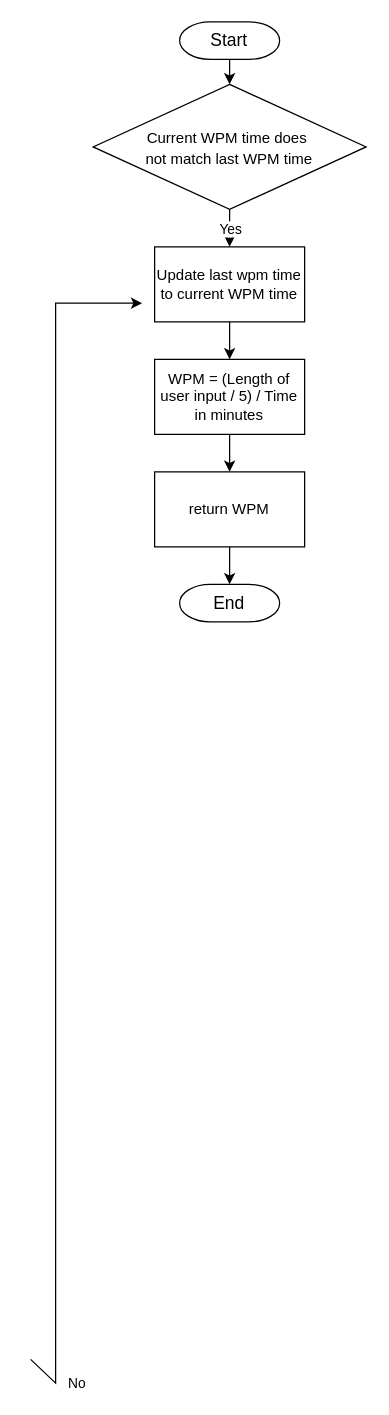
Earlier version of the draw.io diagram diagrams/algorithms/wpmCalculateAlgo.drawio (Bxnetic/wahtype). Source tidied: cells renumbered, new cells numbered last; positions are measured from the earlier drawing's top-left corner, leaving out a move shared by most shapes. Both pictures are drawn from the tidied source at 125%, with x=0, y=0 at pixel (30, 21).
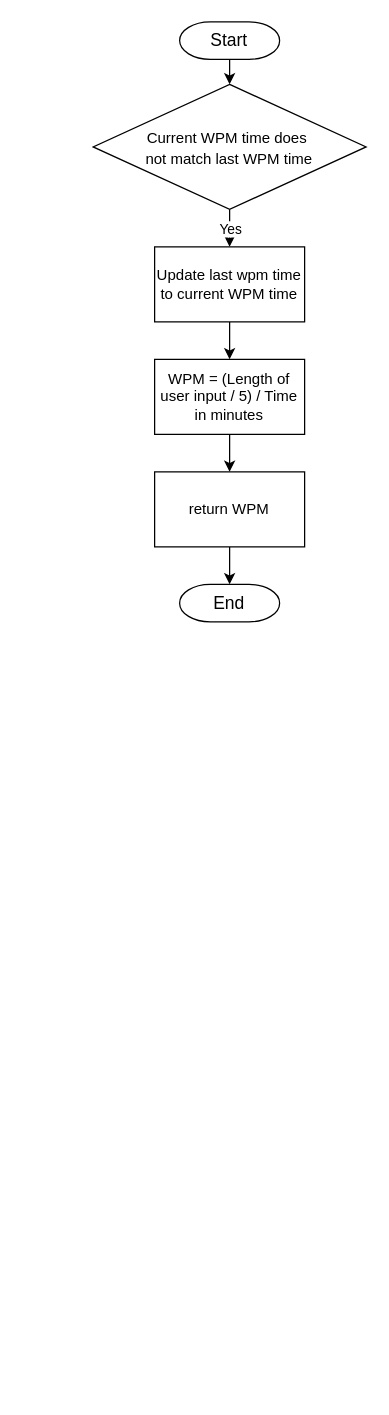
The same page after the edit.

Change to the diagram source:
```diff
@@
 <mxGraphModel>
   <root>
     <mxCell id="0" />
     <mxCell id="1" parent="0" />
     <mxCell id="2" style="edgeStyle=orthogonalEdgeStyle;rounded=0;jettySize=auto;html=1;exitX=0.5;exitY=1;exitDx=0;exitDy=0;exitPerimeter=0;entryX=0.5;entryY=0;entryDx=0;entryDy=0;" parent="1" edge="1" source="3" target="8">
       <mxGeometry relative="1" as="geometry" />
     </mxCell>
     <mxCell id="3" value="Start" style="strokeWidth=1;html=1;shape=mxgraph.flowchart.terminator;whiteSpace=wrap;fontSize=14;" parent="1" vertex="1">
       <mxGeometry x="119.2" width="80" height="30" as="geometry" />
     </mxCell>
-    <mxCell id="4" style="endArrow=classic;html=1;rounded=0;entryX=0;entryY=0.5;entryDx=0;entryDy=0;exitX=0;exitY=0.5;exitDx=0;exitDy=0;" parent="1" edge="1">
-      <mxGeometry relative="1" as="geometry">
-        <mxPoint y="1070" as="sourcePoint" />
-        <mxPoint x="89.2" y="225" as="targetPoint" />
-        <Array as="points">
-          <mxPoint x="20" y="1089" />
-          <mxPoint x="20" y="225" />
-        </Array>
-      </mxGeometry>
-    </mxCell>
-    <mxCell id="5" value="No" style="edgeLabel;html=1;align=center;verticalAlign=middle;" parent="4" vertex="1">
-      <mxGeometry relative="1" as="geometry">
-        <mxPoint x="16" y="452" as="offset" />
-      </mxGeometry>
-    </mxCell>
     <mxCell id="6" style="edgeStyle=orthogonalEdgeStyle;rounded=0;jettySize=auto;html=1;exitX=0.5;exitY=1;exitDx=0;exitDy=0;entryX=0.5;entryY=0;entryDx=0;entryDy=0;" parent="1" edge="1" source="7" target="12">
       <mxGeometry relative="1" as="geometry" />
     </mxCell>
     <mxCell id="7" value="Update last wpm time to current WPM time" style="rounded=0;whiteSpace=wrap;html=1;" parent="1" vertex="1">
       <mxGeometry x="99.2" y="180" width="120" height="60" as="geometry" />
     </mxCell>
     <mxCell id="8" value="&lt;span style=&quot;font-size: 12px;&quot;&gt;Current WPM time does&amp;nbsp;&lt;/span&gt;&lt;div&gt;&lt;span style=&quot;font-size: 12px;&quot;&gt;not match last WPM time&lt;/span&gt;&lt;/div&gt;" style="rhombus;html=1;spacing=9;spacingLeft=0;whiteSpace=wrap;labelPosition=center;verticalLabelPosition=middle;align=center;verticalAlign=middle;spacingBottom=0;gradientColor=none;fillColor=default;strokeColor=default;fontFamily=Helvetica;fontSize=14;fontColor=default;" parent="1" vertex="1">
       <mxGeometry x="50" y="50" width="218.4" height="100" as="geometry" />
     </mxCell>
     <mxCell id="9" style="endArrow=classic;html=1;rounded=0;exitX=0.5;exitY=1;exitDx=0;exitDy=0;entryX=0.5;entryY=0;entryDx=0;entryDy=0;" parent="1" edge="1" source="8" target="7">
       <mxGeometry relative="1" as="geometry" />
     </mxCell>
     <mxCell id="10" value="Yes" style="edgeLabel;html=1;align=center;verticalAlign=middle;" parent="9" vertex="1">
       <mxGeometry relative="1" as="geometry" />
     </mxCell>
     <mxCell id="11" style="edgeStyle=orthogonalEdgeStyle;rounded=0;jettySize=auto;html=1;exitX=0.5;exitY=1;exitDx=0;exitDy=0;entryX=0.5;entryY=0;entryDx=0;entryDy=0;" parent="1" edge="1" source="12" target="14">
       <mxGeometry relative="1" as="geometry" />
     </mxCell>
     <mxCell id="12" value="WPM = (Length of user input / 5) / Time in minutes" style="rounded=0;whiteSpace=wrap;html=1;" parent="1" vertex="1">
       <mxGeometry x="99.2" y="270" width="120" height="60" as="geometry" />
     </mxCell>
     <mxCell id="13" style="edgeStyle=orthogonalEdgeStyle;rounded=0;jettySize=auto;html=1;exitX=0.5;exitY=1;exitDx=0;exitDy=0;entryX=0.5;entryY=0;entryDx=0;entryDy=0;entryPerimeter=0;" parent="1" edge="1" source="14" target="15">
       <mxGeometry relative="1" as="geometry" />
     </mxCell>
     <mxCell id="14" value="return WPM" style="rounded=0;whiteSpace=wrap;html=1;" parent="1" vertex="1">
       <mxGeometry x="99.2" y="360" width="120" height="60" as="geometry" />
     </mxCell>
     <mxCell id="15" value="End" style="strokeWidth=1;html=1;shape=mxgraph.flowchart.terminator;whiteSpace=wrap;fontSize=14;" parent="1" vertex="1">
       <mxGeometry x="119.2" y="450" width="80" height="30" as="geometry" />
     </mxCell>
   </root>
 </mxGraphModel>
```
